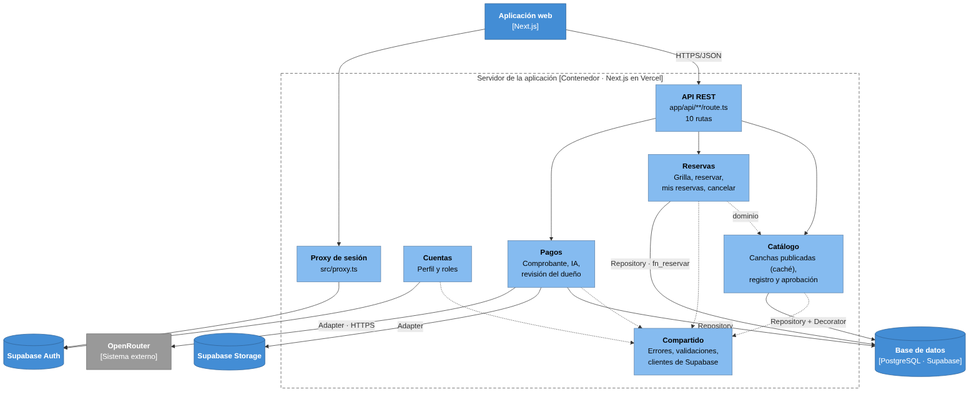
edhtsprado27-bit/ReservaYa-Ayacucho keeps this Mermaid diagram as img/nivel3-componentes.png. Above is the earlier version. Its source is kept beside it as img/fuentes-svg/nivel3-componentes.mmd.
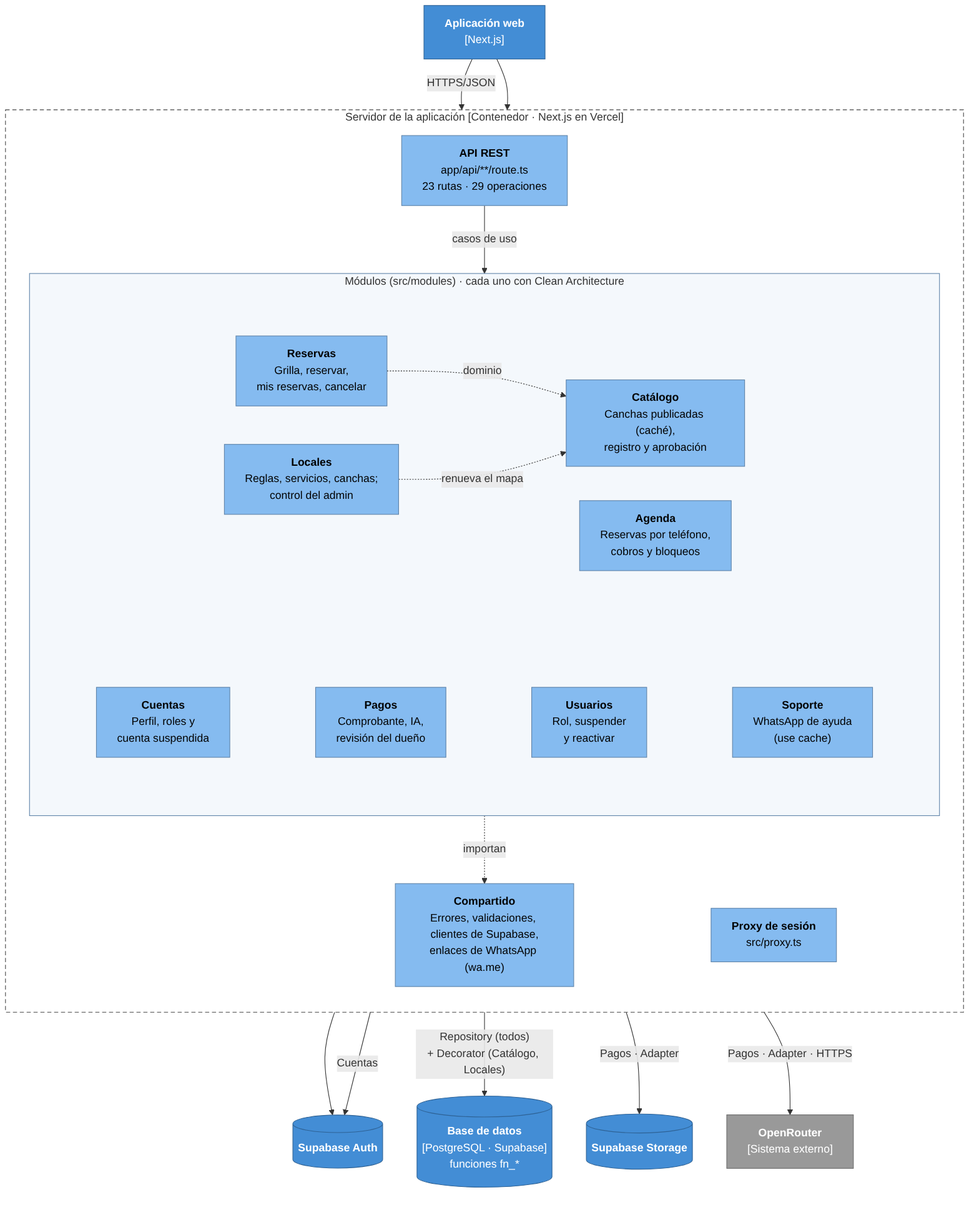
After the commit.

What changed in the source:
```diff
@@ -2,38 +2,55 @@
     web["<b>Aplicación web</b><br/>[Next.js]"]
 
     subgraph srv["Servidor de la aplicación [Contenedor · Next.js en Vercel]"]
-        rest["<b>API REST</b><br/>app/api/**/route.ts<br/>10 rutas"]
+        direction TB
+        rest["<b>API REST</b><br/>app/api/**/route.ts<br/>23 rutas · 29 operaciones"]
         proxy["<b>Proxy de sesión</b><br/>src/proxy.ts"]
-        cuentas["<b>Cuentas</b><br/>Perfil y roles"]
-        catalogo["<b>Catálogo</b><br/>Canchas publicadas (caché),<br/>registro y aprobación"]
-        reservas["<b>Reservas</b><br/>Grilla, reservar,<br/>mis reservas, cancelar"]
-        pagos["<b>Pagos</b><br/>Comprobante, IA,<br/>revisión del dueño"]
-        comp["<b>Compartido</b><br/>Errores, validaciones,<br/>clientes de Supabase"]
+        subgraph mods["Módulos (src/modules) · cada uno con Clean Architecture"]
+            direction TB
+            subgraph fila1[" "]
+                direction LR
+                reservas["<b>Reservas</b><br/>Grilla, reservar,<br/>mis reservas, cancelar"]
+                locales["<b>Locales</b><br/>Reglas, servicios, canchas;<br/>control del admin"]
+                catalogo["<b>Catálogo</b><br/>Canchas publicadas (caché),<br/>registro y aprobación"]
+                agenda["<b>Agenda</b><br/>Reservas por teléfono,<br/>cobros y bloqueos"]
+                reservas -. "dominio" .-> catalogo
+                locales -. "renueva el mapa" .-> catalogo
+            end
+            subgraph fila2[" "]
+                direction LR
+                cuentas["<b>Cuentas</b><br/>Perfil, roles y<br/>cuenta suspendida"]
+                pagos["<b>Pagos</b><br/>Comprobante, IA,<br/>revisión del dueño"]
+                usuarios["<b>Usuarios</b><br/>Rol, suspender<br/>y reactivar"]
+                soporte["<b>Soporte</b><br/>WhatsApp de ayuda<br/>(use cache)"]
+                cuentas ~~~ pagos ~~~ usuarios ~~~ soporte
+            end
+            fila1 ~~~ fila2
+        end
+        comp["<b>Compartido</b><br/>Errores, validaciones, clientes de Supabase,<br/>enlaces de WhatsApp (wa.me)"]
     end
 
-    bd[("<b>Base de datos</b><br/>[PostgreSQL · Supabase]")]
+    bd[("<b>Base de datos</b><br/>[PostgreSQL · Supabase]<br/>funciones fn_*")]
     auth[("<b>Supabase Auth</b>")]
     storage[("<b>Supabase Storage</b>")]
     openrouter["<b>OpenRouter</b><br/>[Sistema externo]"]
 
     web -- "HTTPS/JSON" --> rest
     web --> proxy
-    rest --> catalogo & reservas & pagos
+    rest -- "casos de uso" --> mods
+    mods -. "importan" .-> comp
+    mods -- "Repository (todos)<br/>+ Decorator (Catálogo, Locales)" --> bd
+    mods -- "Pagos · Adapter" --> storage
+    mods -- "Pagos · Adapter · HTTPS" --> openrouter
+    mods -- "Cuentas" --> auth
     proxy --> auth
-    reservas -. "dominio" .-> catalogo
-    catalogo & reservas & pagos & cuentas -.-> comp
-
-    catalogo -- "Repository + Decorator" --> bd
-    reservas -- "Repository · fn_reservar" --> bd
-    pagos -- "Repository" --> bd
-    pagos -- "Adapter" --> storage
-    pagos -- "Adapter · HTTPS" --> openrouter
-    cuentas --> auth
 
     classDef contenedor fill:#438dd5,stroke:#2e6295,color:#fff
     classDef componente fill:#85bbf0,stroke:#5d82a8,color:#000
     classDef externo fill:#999999,stroke:#6b6b6b,color:#fff
     class web,bd,auth,storage contenedor
-    class rest,proxy,cuentas,catalogo,reservas,pagos,comp componente
+    class rest,proxy,cuentas,catalogo,reservas,pagos,agenda,locales,usuarios,soporte,comp componente
     class openrouter externo
     style srv fill:none,stroke:#444,stroke-dasharray:6 4
+    style mods fill:#f4f8fc,stroke:#5d82a8
+    style fila1 fill:none,stroke:none
+    style fila2 fill:none,stroke:none
```
